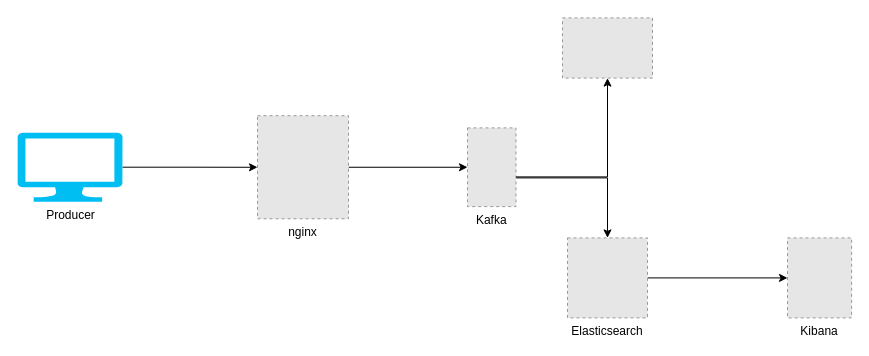
skatz1990/messaging_pipeline keeps this draw.io diagram as src/main/resources/diagram/Diagram.drawio. Above is the earlier version. Source tidied: cells renumbered, new cells numbered last; positions are measured from the earlier drawing's top-left corner, leaving out a move shared by most shapes. Both pictures are drawn from the tidied source at 100%, with x=0, y=0 at pixel (17, 17). Pictures stored in the file or linked from it are replaced by grey dashed boxes.
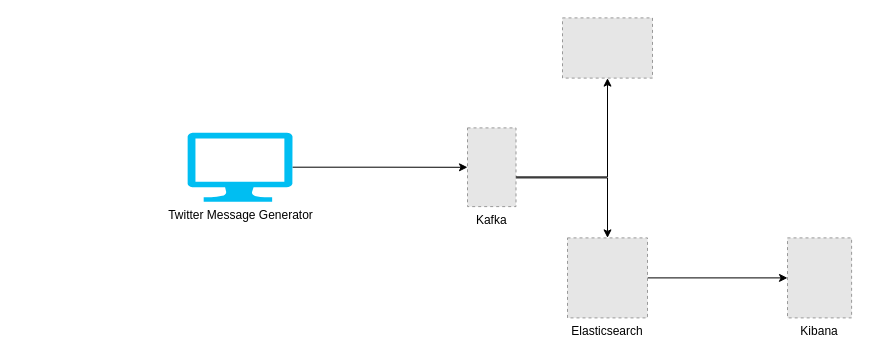
After the change.

Diff of the diagram source:
```diff
@@
 <mxGraphModel>
   <root>
     <mxCell id="0" />
     <mxCell id="1" parent="0" />
     <mxCell id="2" style="edgeStyle=orthogonalEdgeStyle;rounded=0;jettySize=auto;html=1;" parent="1" edge="1" source="3" target="8">
       <mxGeometry relative="1" as="geometry">
         <Array as="points">
           <mxPoint x="590" y="160.4" />
         </Array>
       </mxGeometry>
     </mxCell>
     <mxCell id="3" value="Kafka" style="fillColor=#E6E6E6;strokeColor=#999999;dashed=1;verticalLabelPosition=bottom;labelBackgroundColor=#ffffff;verticalAlign=top;" parent="1" vertex="1">
       <mxGeometry x="450" y="110.4" width="48.5" height="78.7" as="geometry" />
     </mxCell>
-    <mxCell id="4" style="edgeStyle=orthogonalEdgeStyle;rounded=0;jettySize=auto;html=1;" parent="1" edge="1" source="5" target="12">
-      <mxGeometry relative="1" as="geometry" />
-    </mxCell>
+    <mxCell id="13" style="edgeStyle=orthogonalEdgeStyle;rounded=0;jettySize=auto;html=1;" parent="1" edge="1" source="5" target="3">
+      <mxGeometry relative="1" as="geometry" />
+    </mxCell>
-    <mxCell id="5" value="Producer" style="verticalLabelPosition=bottom;html=1;verticalAlign=top;align=center;strokeColor=none;fillColor=#00BEF2;shape=mxgraph.azure.computer;" parent="1" vertex="1">
-      <mxGeometry y="115.2" width="105" height="69" as="geometry" />
+    <mxCell id="5" value="Twitter Message Generator" style="verticalLabelPosition=bottom;html=1;verticalAlign=top;align=center;strokeColor=none;fillColor=#00BEF2;shape=mxgraph.azure.computer;" parent="1" vertex="1">
+      <mxGeometry x="170" y="115.2" width="105" height="69" as="geometry" />
     </mxCell>
     <mxCell id="6" style="fillColor=#E6E6E6;strokeColor=#999999;dashed=1;verticalLabelPosition=bottom;labelBackgroundColor=#ffffff;verticalAlign=top;" parent="1" vertex="1">
       <mxGeometry x="545" y="0.4" width="90" height="60.2" as="geometry" />
     </mxCell>
     <mxCell id="7" style="edgeStyle=orthogonalEdgeStyle;rounded=0;jettySize=auto;html=1;" parent="1" edge="1" source="8" target="9">
       <mxGeometry relative="1" as="geometry" />
     </mxCell>
     <mxCell id="8" value="Elasticsearch" style="fillColor=#E6E6E6;strokeColor=#999999;dashed=1;verticalLabelPosition=bottom;labelBackgroundColor=#ffffff;verticalAlign=top;" parent="1" vertex="1">
       <mxGeometry x="550" y="220.4" width="80" height="80" as="geometry" />
     </mxCell>
     <mxCell id="9" value="Kibana" style="fillColor=#E6E6E6;strokeColor=#999999;dashed=1;verticalLabelPosition=bottom;labelBackgroundColor=#ffffff;verticalAlign=top;" parent="1" vertex="1">
       <mxGeometry x="770" y="220.4" width="64.1" height="80" as="geometry" />
     </mxCell>
     <mxCell id="10" style="edgeStyle=orthogonalEdgeStyle;rounded=0;jettySize=auto;html=1;" parent="1" edge="1" source="3" target="6">
       <mxGeometry relative="1" as="geometry">
         <Array as="points">
           <mxPoint x="590" y="159.4" />
         </Array>
       </mxGeometry>
     </mxCell>
-    <mxCell id="11" style="edgeStyle=orthogonalEdgeStyle;rounded=0;jettySize=auto;html=1;" parent="1" edge="1" source="12" target="3">
-      <mxGeometry relative="1" as="geometry" />
-    </mxCell>
-    <mxCell id="12" value="nginx" style="fillColor=#E6E6E6;strokeColor=#999999;dashed=1;verticalLabelPosition=bottom;labelBackgroundColor=#ffffff;verticalAlign=top;" parent="1" vertex="1">
-      <mxGeometry x="240" y="98.2" width="91" height="103.1" as="geometry" />
-    </mxCell>
   </root>
 </mxGraphModel>
```
